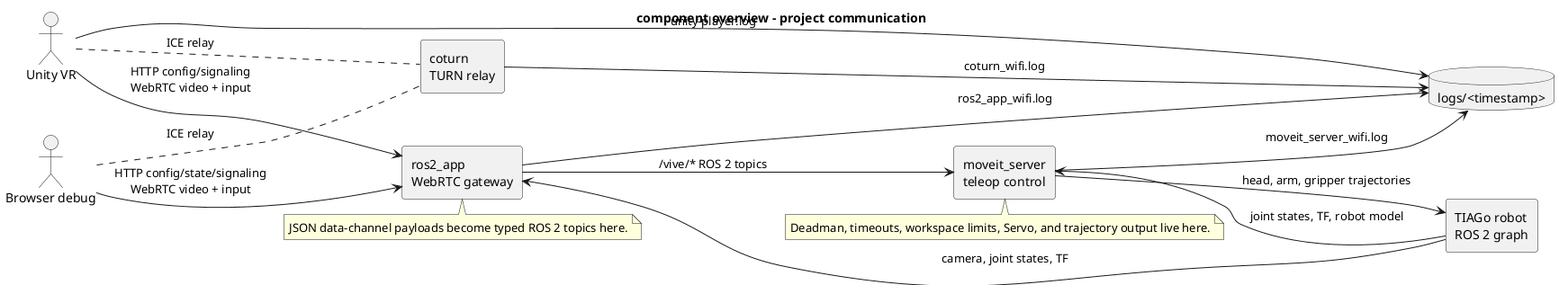
Before: docs/architecture/component/overview.png, a diagram exported from PlantUML (ichores-research/vive_teleop). The source it was exported from:
```plantuml
@startuml
!pragma layout smetana
title component overview - project communication

left to right direction
skinparam componentStyle rectangle
skinparam shadowing false
skinparam defaultFontName Monospace
skinparam linetype ortho

actor "Unity VR" as Unity
actor "Browser debug" as Browser

component "ros2_app\nWebRTC gateway" as Ros2App
component "moveit_server\nteleop control" as MoveItServer
component "TIAGo robot\nROS 2 graph" as Robot
component "coturn\nTURN relay" as Coturn
database "logs/<timestamp>" as Logs

Unity --> Ros2App : HTTP config/signaling\nWebRTC video + input
Browser --> Ros2App : HTTP config/state/signaling\nWebRTC video + input
Unity .. Coturn : ICE relay
Browser .. Coturn : ICE relay

Ros2App --> MoveItServer : /vive/* ROS 2 topics
Robot --> Ros2App : camera, joint states, TF
Robot --> MoveItServer : joint states, TF, robot model
MoveItServer --> Robot : head, arm, gripper trajectories

Ros2App --> Logs : ros2_app_wifi.log
MoveItServer --> Logs : moveit_server_wifi.log
Coturn --> Logs : coturn_wifi.log
Unity --> Logs : unity-player.log

note bottom of Ros2App
  JSON data-channel payloads become typed ROS 2 topics here.
end note

note bottom of MoveItServer
  Deadman, timeouts, workspace limits, Servo, and trajectory output live here.
end note

@enduml
```
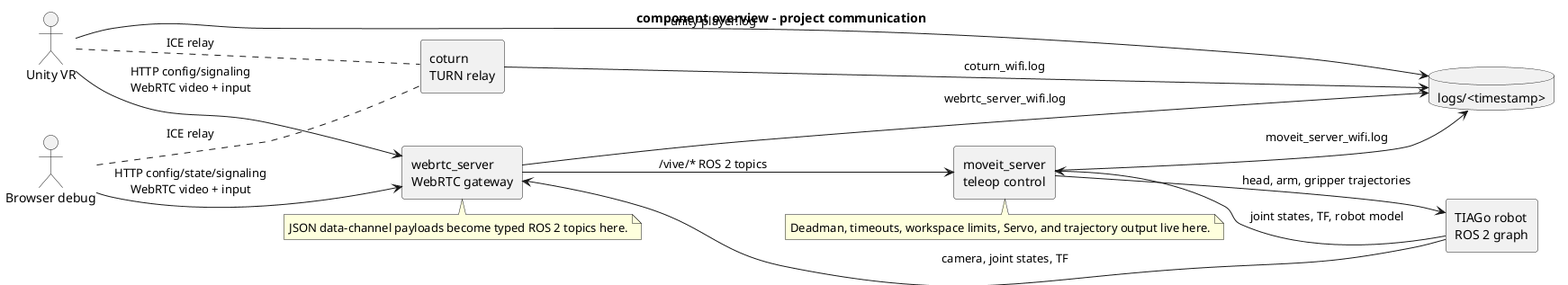
After the commit.

What changed in the source:
```diff
@@ -11,28 +11,28 @@
 actor "Unity VR" as Unity
 actor "Browser debug" as Browser
 
-component "ros2_app\nWebRTC gateway" as Ros2App
+component "webrtc_server\nWebRTC gateway" as WebRtcServer
 component "moveit_server\nteleop control" as MoveItServer
 component "TIAGo robot\nROS 2 graph" as Robot
 component "coturn\nTURN relay" as Coturn
 database "logs/<timestamp>" as Logs
 
-Unity --> Ros2App : HTTP config/signaling\nWebRTC video + input
-Browser --> Ros2App : HTTP config/state/signaling\nWebRTC video + input
+Unity --> WebRtcServer : HTTP config/signaling\nWebRTC video + input
+Browser --> WebRtcServer : HTTP config/state/signaling\nWebRTC video + input
 Unity .. Coturn : ICE relay
 Browser .. Coturn : ICE relay
 
-Ros2App --> MoveItServer : /vive/* ROS 2 topics
-Robot --> Ros2App : camera, joint states, TF
+WebRtcServer --> MoveItServer : /vive/* ROS 2 topics
+Robot --> WebRtcServer : camera, joint states, TF
 Robot --> MoveItServer : joint states, TF, robot model
 MoveItServer --> Robot : head, arm, gripper trajectories
 
-Ros2App --> Logs : ros2_app_wifi.log
+WebRtcServer --> Logs : webrtc_server_wifi.log
 MoveItServer --> Logs : moveit_server_wifi.log
 Coturn --> Logs : coturn_wifi.log
 Unity --> Logs : unity-player.log
 
-note bottom of Ros2App
+note bottom of WebRtcServer
   JSON data-channel payloads become typed ROS 2 topics here.
 end note
 
```
